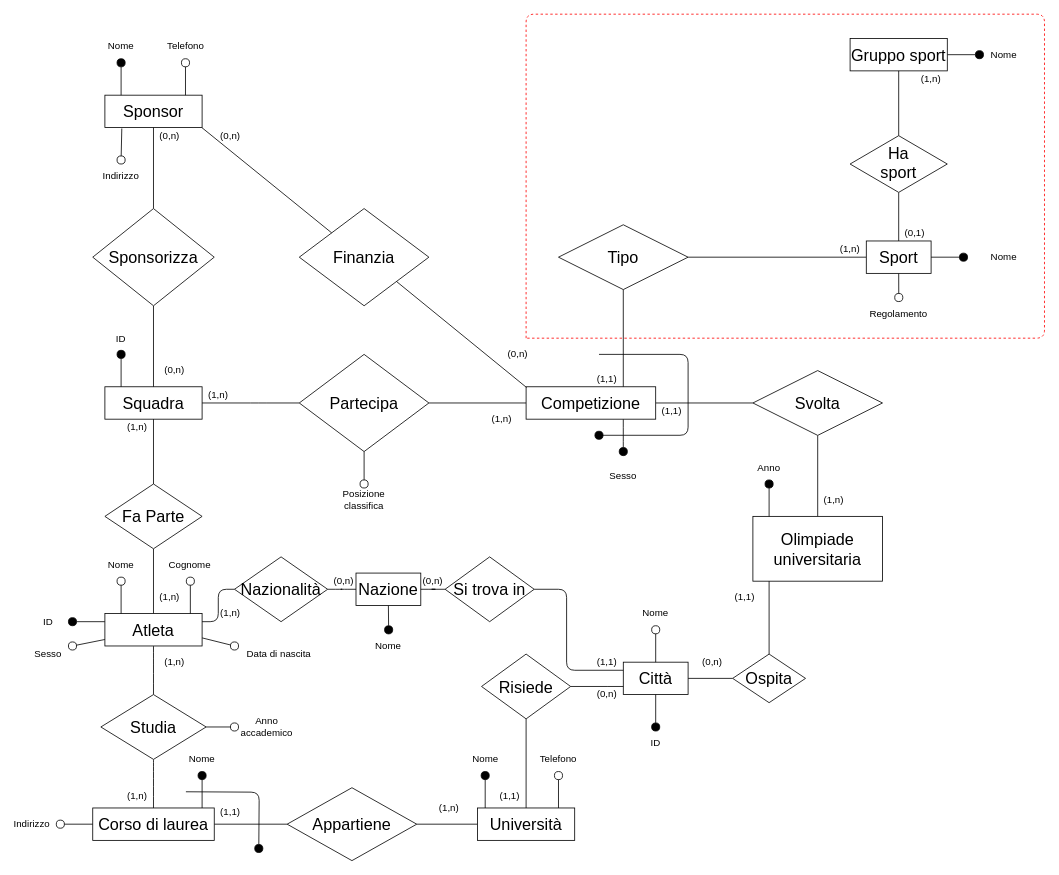
The draw.io diagram page "Schema E-R" (1 of 3) of Olimpiadi studentesche.drawio in giovannivelludo/database-project, before the edit. Source tidied: cells renumbered, new cells numbered last; positions are measured from the earlier drawing's top-left corner, leaving out a move shared by most shapes. Both pictures are drawn from the tidied source at 81%, with x=0, y=0 at pixel (15, 14).
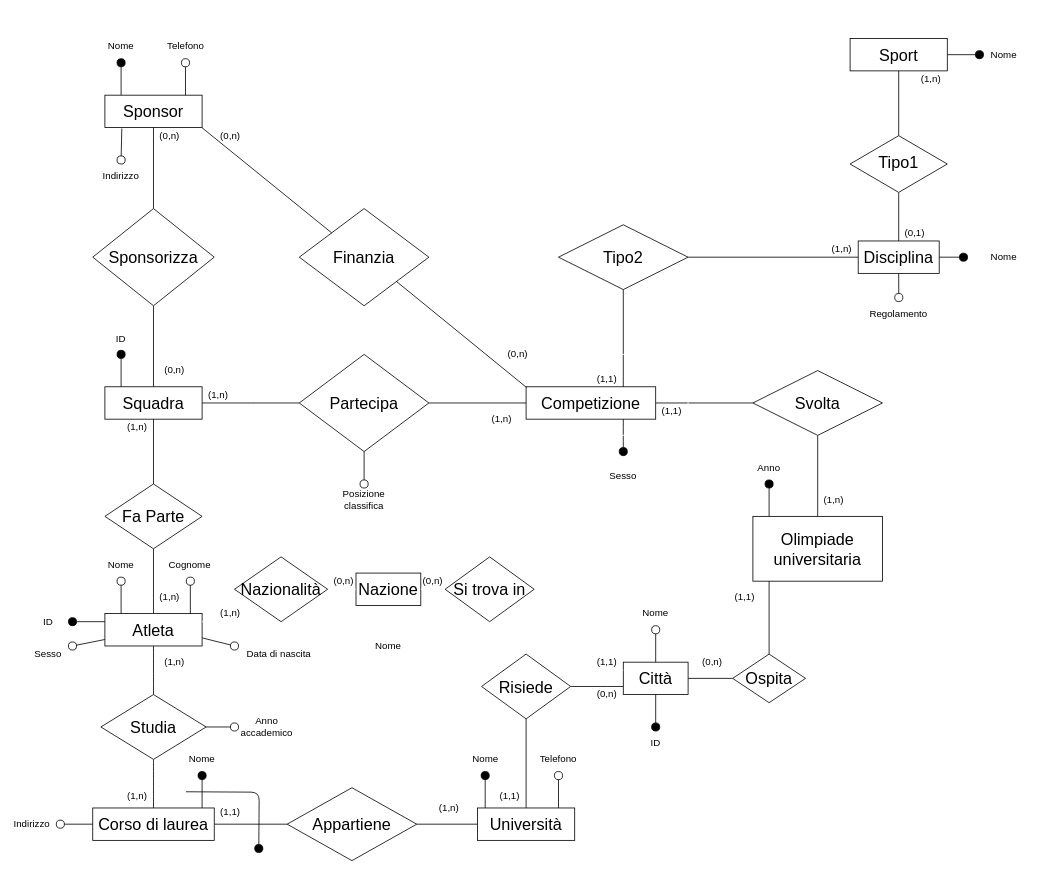
The same page after the edit.

The change refers to these unchanged cells:
```xml
<mxCell id="19" value="Atleta" style="rounded=0;whiteSpace=wrap;html=1;fontSize=20;" parent="1" vertex="1">
  <mxGeometry x="110" y="740" width="120" height="40" as="geometry" />
</mxCell>
<mxCell id="78" value="&lt;font style=&quot;font-size: 20px&quot;&gt;Città&lt;/font&gt;" style="rounded=0;whiteSpace=wrap;html=1;" parent="1" vertex="1">
  <mxGeometry x="750" y="800" width="80" height="40" as="geometry" />
</mxCell>
<mxCell id="97" value="&lt;font style=&quot;font-size: 20px&quot;&gt;Nazione&lt;/font&gt;" style="rounded=0;whiteSpace=wrap;html=1;" parent="1" vertex="1">
  <mxGeometry x="420" y="690" width="80" height="40" as="geometry" />
</mxCell>
<mxCell id="100" value="&lt;font style=&quot;font-size: 20px&quot;&gt;Si trova in&lt;br&gt;&lt;/font&gt;" style="rhombus;whiteSpace=wrap;html=1;" parent="1" vertex="1">
  <mxGeometry x="530" y="670" width="110" height="80" as="geometry" />
</mxCell>
<mxCell id="106" value="&lt;font style=&quot;font-size: 20px&quot;&gt;Nazionalità&lt;br&gt;&lt;/font&gt;" style="rhombus;whiteSpace=wrap;html=1;" parent="1" vertex="1">
  <mxGeometry x="270" y="670" width="115" height="80" as="geometry" />
</mxCell>
```

The edit, as a diff of the source:
```diff
@@
-    <mxCell id="11" value="&lt;div&gt;Sport&lt;/div&gt;" style="rounded=0;whiteSpace=wrap;html=1;fontSize=20;" parent="1" vertex="1">
-      <mxGeometry x="1050" y="280" width="80" height="40" as="geometry" />
+    <mxCell id="11" value="&lt;div&gt;Disciplina&lt;/div&gt;" style="rounded=0;whiteSpace=wrap;html=1;fontSize=20;" parent="1" vertex="1">
+      <mxGeometry x="1040" y="280" width="100" height="40" as="geometry" />
     </mxCell>
@@
-    <mxCell id="96" style="edgeStyle=orthogonalEdgeStyle;rounded=1;jettySize=auto;html=1;exitX=0.5;exitY=1;exitDx=0;exitDy=0;endArrow=oval;endFill=1;endSize=10;strokeColor=#000000;strokeWidth=1;" parent="1" edge="1" source="97">
+    <mxCell id="96" style="edgeStyle=orthogonalEdgeStyle;rounded=1;jettySize=auto;html=1;exitX=0.5;exitY=1;exitDx=0;exitDy=0;endArrow=oval;endFill=1;endSize=10;strokeColor=#FFFFFF;strokeWidth=1;" parent="1" edge="1" source="97">
       <mxGeometry relative="1" as="geometry">
         <mxPoint x="460.3" y="760.1" as="targetPoint" />
       </mxGeometry>
     </mxCell>
@@
-    <mxCell id="98" style="edgeStyle=orthogonalEdgeStyle;rounded=1;jettySize=auto;html=1;entryX=1;entryY=0.5;entryDx=0;entryDy=0;endArrow=none;endFill=0;endSize=10;strokeColor=#000000;strokeWidth=1;" parent="1" edge="1" source="100" target="97">
+    <mxCell id="98" style="edgeStyle=orthogonalEdgeStyle;rounded=1;jettySize=auto;html=1;entryX=1;entryY=0.5;entryDx=0;entryDy=0;endArrow=none;endFill=0;endSize=10;strokeColor=#FFFFFF;strokeWidth=1;" parent="1" edge="1" source="100" target="97">
       <mxGeometry relative="1" as="geometry" />
     </mxCell>
-    <mxCell id="99" style="edgeStyle=orthogonalEdgeStyle;rounded=1;jettySize=auto;html=1;entryX=0;entryY=0.25;entryDx=0;entryDy=0;endArrow=none;endFill=0;endSize=10;strokeColor=#000000;strokeWidth=1;" parent="1" edge="1" source="100" target="78">
+    <mxCell id="99" style="edgeStyle=orthogonalEdgeStyle;rounded=1;jettySize=auto;html=1;entryX=0;entryY=0.25;entryDx=0;entryDy=0;endArrow=none;endFill=0;endSize=10;strokeColor=#FFFFFF;strokeWidth=1;" parent="1" edge="1" source="100" target="78">
       <mxGeometry relative="1" as="geometry">
         <Array as="points">
           <mxPoint x="680" y="710" />
           <mxPoint x="680" y="810" />
         </Array>
       </mxGeometry>
     </mxCell>
@@
-    <mxCell id="104" style="edgeStyle=orthogonalEdgeStyle;rounded=1;jettySize=auto;html=1;entryX=0;entryY=0.5;entryDx=0;entryDy=0;endArrow=none;endFill=0;endSize=10;strokeColor=#000000;strokeWidth=1;" parent="1" edge="1" source="106" target="97">
+    <mxCell id="104" style="edgeStyle=orthogonalEdgeStyle;rounded=1;jettySize=auto;html=1;entryX=0;entryY=0.5;entryDx=0;entryDy=0;endArrow=none;endFill=0;endSize=10;strokeColor=#FFFFFF;strokeWidth=1;" parent="1" edge="1" source="106" target="97">
       <mxGeometry relative="1" as="geometry" />
     </mxCell>
-    <mxCell id="105" style="edgeStyle=orthogonalEdgeStyle;rounded=1;jettySize=auto;html=1;entryX=1;entryY=0.25;entryDx=0;entryDy=0;endArrow=none;endFill=0;endSize=10;strokeColor=#000000;strokeWidth=1;" parent="1" edge="1" source="106" target="19">
+    <mxCell id="105" style="edgeStyle=orthogonalEdgeStyle;rounded=1;jettySize=auto;html=1;entryX=1;entryY=0.25;entryDx=0;entryDy=0;endArrow=none;endFill=0;endSize=10;strokeColor=#FFFFFF;strokeWidth=1;" parent="1" edge="1" source="106" target="19">
       <mxGeometry relative="1" as="geometry" />
     </mxCell>
@@
-    <mxCell id="110" value="&lt;div&gt;Tipo&lt;/div&gt;" style="rhombus;whiteSpace=wrap;html=1;fontSize=20;" parent="1" vertex="1">
+    <mxCell id="110" value="&lt;div&gt;Tipo2&lt;/div&gt;" style="rhombus;whiteSpace=wrap;html=1;fontSize=20;" parent="1" vertex="1">
       <mxGeometry x="670" y="260" width="160" height="80" as="geometry" />
     </mxCell>
@@
-    <mxCell id="113" value="Gruppo sport" style="rounded=0;whiteSpace=wrap;html=1;fontSize=20;" parent="1" vertex="1">
+    <mxCell id="113" value="Sport" style="rounded=0;whiteSpace=wrap;html=1;fontSize=20;" parent="1" vertex="1">
       <mxGeometry x="1030" y="30" width="120" height="40" as="geometry" />
     </mxCell>
@@
     <mxCell id="115" value="(1,n)" style="text;html=1;strokeColor=none;fillColor=none;align=center;verticalAlign=middle;whiteSpace=wrap;rounded=0;shadow=0;glass=0;comic=0;fontSize=12;" parent="1" vertex="1">
-      <mxGeometry x="1010" y="280" width="40" height="20" as="geometry" />
+      <mxGeometry x="1000" y="280" width="40" height="20" as="geometry" />
     </mxCell>
-    <mxCell id="116" style="endArrow=oval;html=1;strokeColor=#000000;strokeWidth=1;edgeStyle=orthogonalEdgeStyle;endFill=1;endSize=10;" parent="1" edge="1">
+    <mxCell id="116" style="endArrow=oval;html=1;strokeColor=#FFFFFF;strokeWidth=1;edgeStyle=orthogonalEdgeStyle;endFill=1;endSize=10;fillColor=#f5f5f5;" parent="1" edge="1">
       <mxGeometry relative="1" as="geometry">
         <mxPoint x="720" y="420" as="sourcePoint" />
         <mxPoint x="720" y="519.9" as="targetPoint" />
         <Array as="points">
           <mxPoint x="830" y="419.9" />
           <mxPoint x="830" y="519.9" />
           <mxPoint x="720" y="519.9" />
         </Array>
       </mxGeometry>
     </mxCell>
@@
-    <mxCell id="122" value="&lt;div&gt;&lt;font style=&quot;font-size: 20px&quot;&gt;Ha&lt;/font&gt;&lt;/div&gt;&lt;div&gt;&lt;font style=&quot;font-size: 20px&quot;&gt;sport&lt;br&gt;&lt;/font&gt;&lt;/div&gt;" style="rhombus;html=1;whiteSpace=wrap;spacingBottom=4;" parent="1" vertex="1">
+    <mxCell id="122" value="&lt;div&gt;&lt;span style=&quot;font-size: 20px&quot;&gt;Tipo1&lt;/span&gt;&lt;/div&gt;" style="rhombus;html=1;whiteSpace=wrap;spacingBottom=4;" parent="1" vertex="1">
       <mxGeometry x="1030" y="150" width="120" height="70" as="geometry" />
     </mxCell>
@@
-    <mxCell id="126" style="endArrow=none;dashed=1;html=1;strokeColor=#FF0000;" parent="1" edge="1">
-      <mxGeometry relative="1" as="geometry">
-        <mxPoint x="630" y="400" as="sourcePoint" />
-        <mxPoint x="630" y="400" as="targetPoint" />
-        <Array as="points">
-          <mxPoint x="630" />
-          <mxPoint x="1270" />
-          <mxPoint x="1270" y="400" />
-        </Array>
-      </mxGeometry>
-    </mxCell>
```
